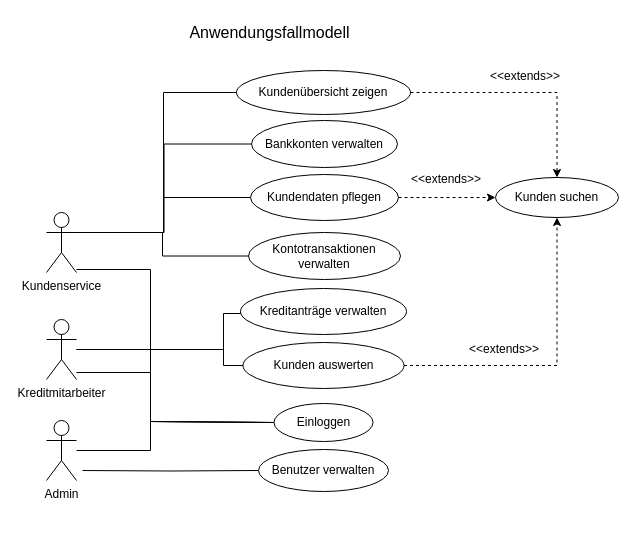
This is page "Anwendungsfallmodell" (2 of 3) of Datenmodell.drawio from JaSc2912/VerteilteAnwendungen, a draw.io file, before an edit. Source tidied: cells renumbered, new cells numbered last; positions are measured from the earlier drawing's top-left corner, leaving out a move shared by most shapes. Both pictures are drawn from the tidied source at 100%, with x=0, y=0 at pixel (46, 17).
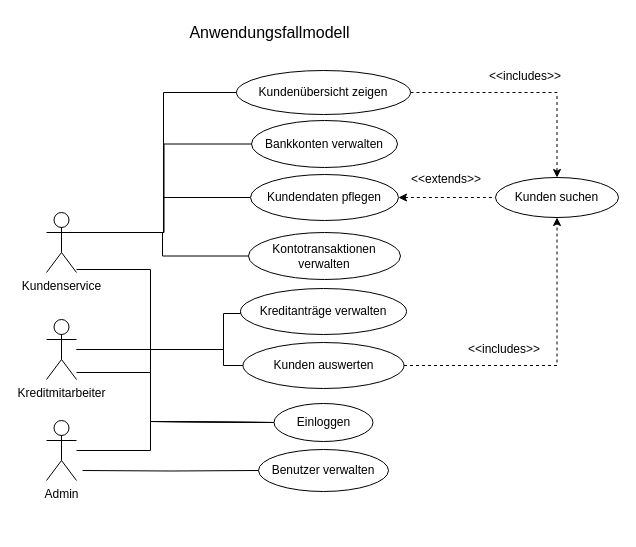
The same page after the edit.

The change refers to these unchanged cells:
```xml
<mxCell id="19" value="Kundendaten pflegen" style="ellipse;whiteSpace=wrap;html=1;" parent="1" vertex="1">
  <mxGeometry x="204" y="157" width="148" height="46" as="geometry" />
</mxCell>
<mxCell id="27" value="Kunden suchen" style="ellipse;whiteSpace=wrap;html=1;" parent="1" vertex="1">
  <mxGeometry x="449" y="160" width="123" height="40" as="geometry" />
</mxCell>
```

Change to the diagram source:
```diff
@@
-    <mxCell id="18" style="edgeStyle=orthogonalEdgeStyle;rounded=0;jettySize=auto;html=1;exitX=1;exitY=0.5;exitDx=0;exitDy=0;entryX=0;entryY=0.5;entryDx=0;entryDy=0;dashed=1;" parent="1" edge="1" source="19" target="27">
+    <mxCell id="18" style="edgeStyle=orthogonalEdgeStyle;rounded=0;jettySize=auto;html=1;exitX=1;exitY=0.5;exitDx=0;exitDy=0;entryX=0;entryY=0.5;entryDx=0;entryDy=0;dashed=1;endArrow=none;startFill=1;startArrow=classic;" parent="1" edge="1" source="19" target="27">
       <mxGeometry relative="1" as="geometry" />
     </mxCell>
@@
-    <mxCell id="28" value="&amp;lt;&amp;lt;extends&amp;gt;&amp;gt;" style="text;html=1;align=center;verticalAlign=middle;whiteSpace=wrap;rounded=0;" parent="1" vertex="1">
+    <mxCell id="28" value="&amp;lt;&amp;lt;includes&amp;gt;&amp;gt;" style="text;html=1;align=center;verticalAlign=middle;whiteSpace=wrap;rounded=0;" parent="1" vertex="1">
       <mxGeometry x="449" y="44" width="60" height="30" as="geometry" />
     </mxCell>
@@
-    <mxCell id="30" value="&amp;lt;&amp;lt;extends&amp;gt;&amp;gt;" style="text;html=1;align=center;verticalAlign=middle;whiteSpace=wrap;rounded=0;" parent="1" vertex="1">
+    <mxCell id="30" value="&amp;lt;&amp;lt;includes&amp;gt;&amp;gt;" style="text;html=1;align=center;verticalAlign=middle;whiteSpace=wrap;rounded=0;" parent="1" vertex="1">
       <mxGeometry x="428" y="317" width="60" height="30" as="geometry" />
     </mxCell>
```
